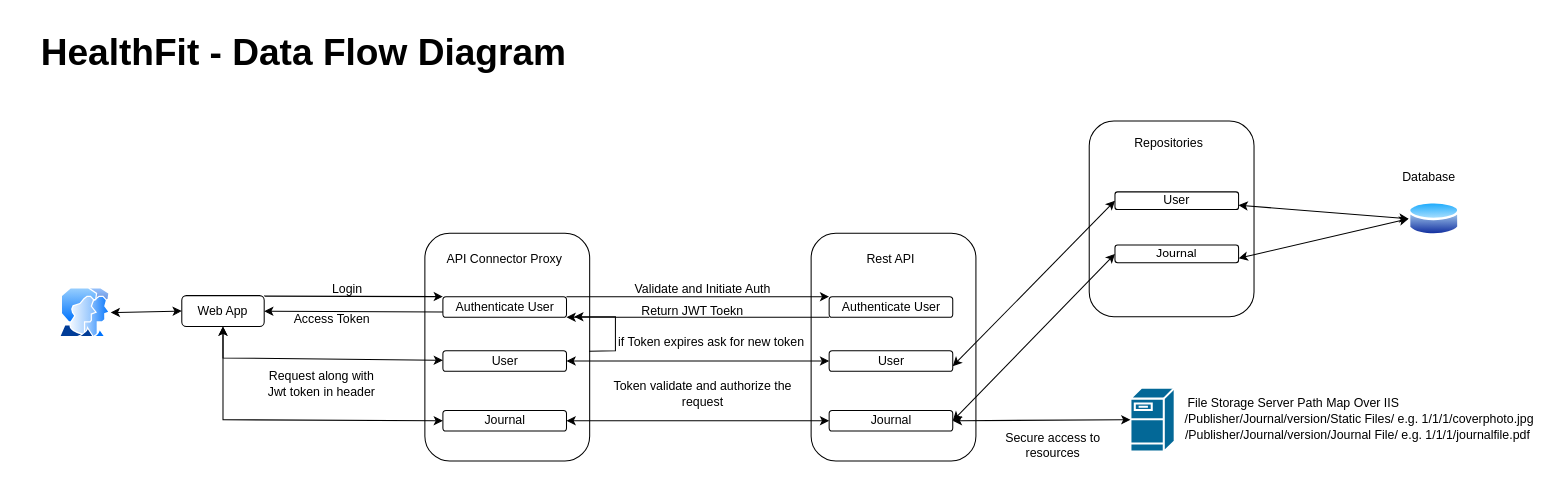
Before: Requirement Documents/HealthFit - Data Flow and Component Interaction.drawio in vishalbajad/HealthFit, a draw.io diagram. Source tidied: cells renumbered, new cells numbered last; positions are measured from the earlier drawing's top-left corner, leaving out a move shared by most shapes. Both pictures are drawn from the tidied source at 103%, with x=0, y=0 at pixel (18, 18).
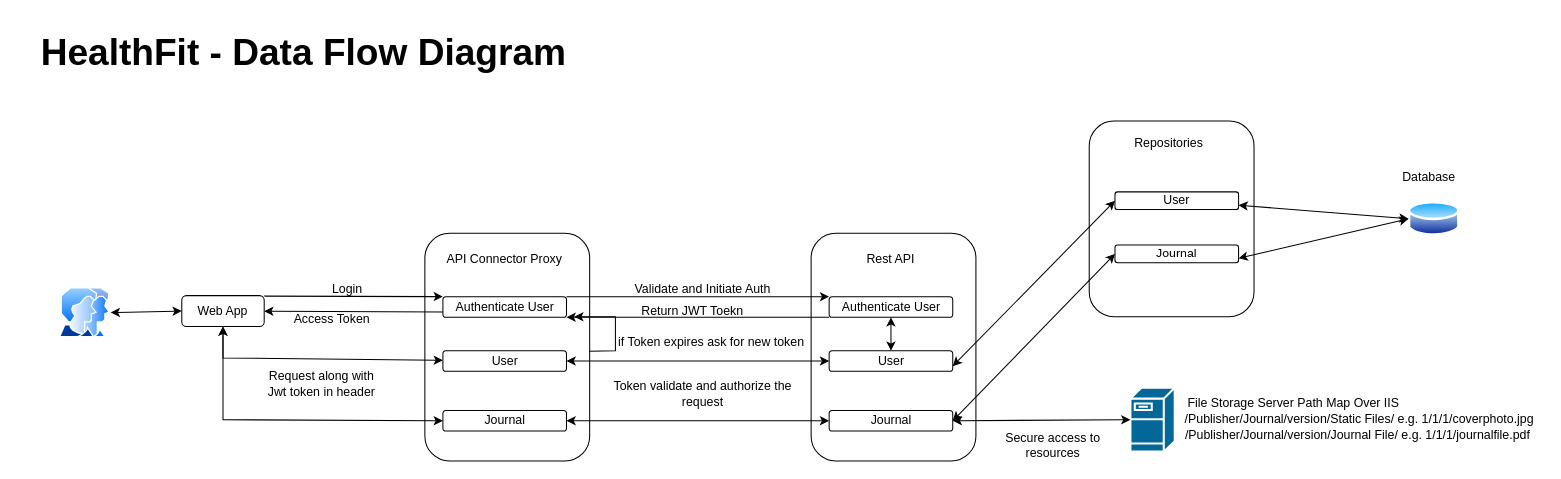
Above is the later version.

Unchanged cells that the change refers to:
```xml
<mxCell id="15" style="group;" parent="1" vertex="1">
  <mxGeometry x="770" y="209" width="160" height="221" as="geometry" />
</mxCell>
<mxCell id="17" value="Authenticate User" style="rounded=1;whiteSpace=wrap;html=1;" parent="15" vertex="1">
  <mxGeometry x="17.5" y="61.5" width="120" height="20" as="geometry" />
</mxCell>
<mxCell id="18" value="User" style="rounded=1;whiteSpace=wrap;html=1;" parent="15" vertex="1">
  <mxGeometry x="17.5" y="114" width="120" height="20" as="geometry" />
</mxCell>
```

The edit, as a diff of the source:
```diff
@@
+    <mxCell id="50" style="endArrow=classic;startArrow=classic;html=1;rounded=0;entryX=0.5;entryY=0;entryDx=0;entryDy=0;exitX=0.5;exitY=1;exitDx=0;exitDy=0;" parent="15" edge="1" source="17" target="18">
+      <mxGeometry relative="1" as="geometry" />
+    </mxCell>
```
